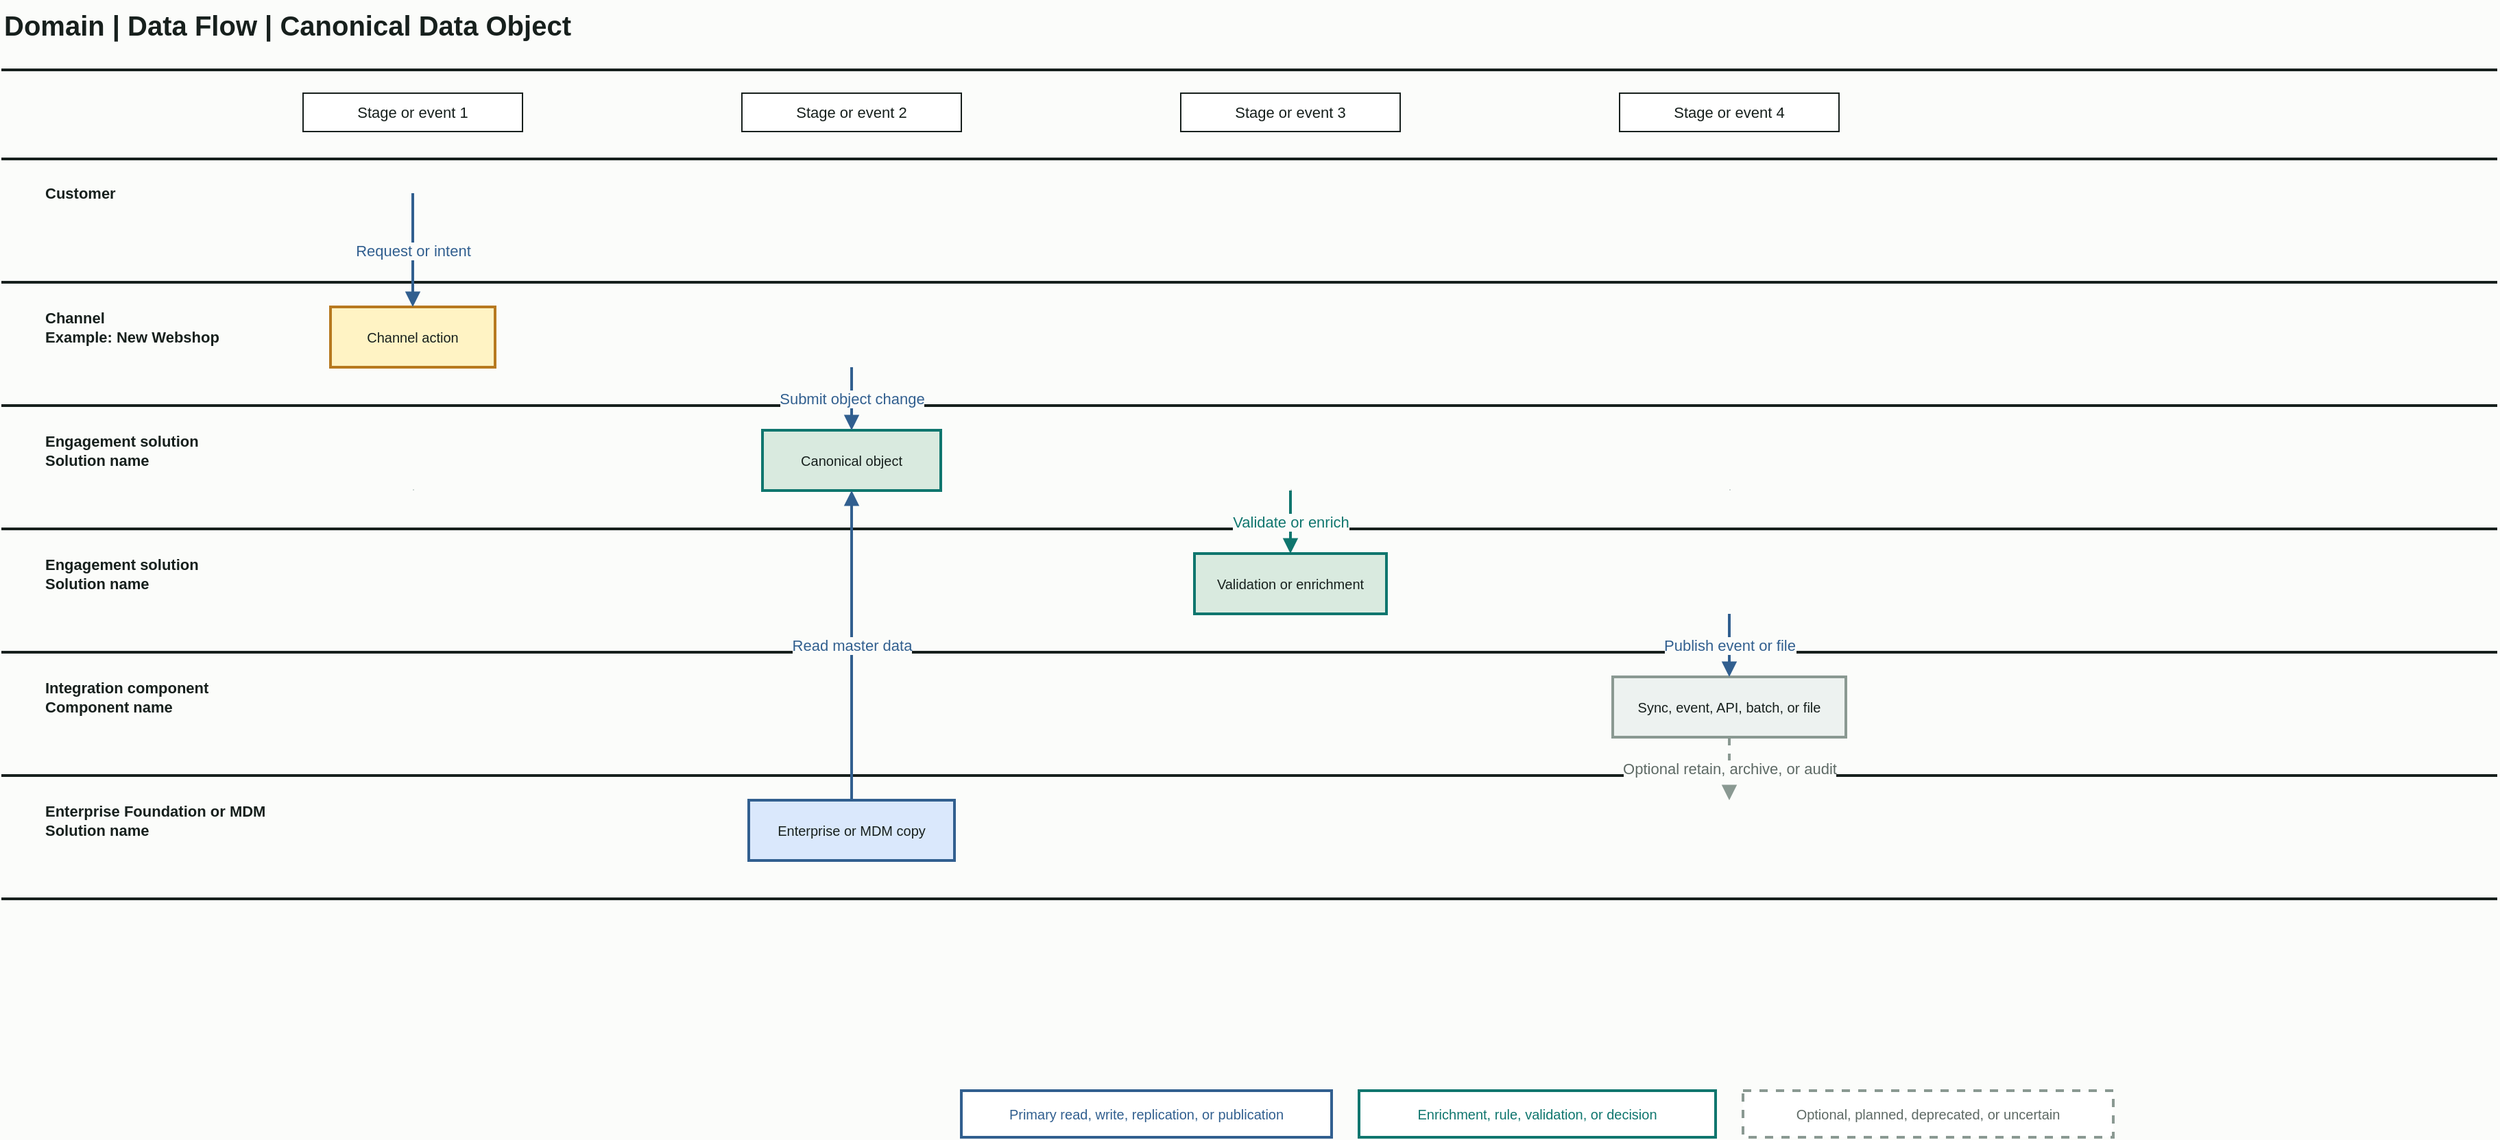
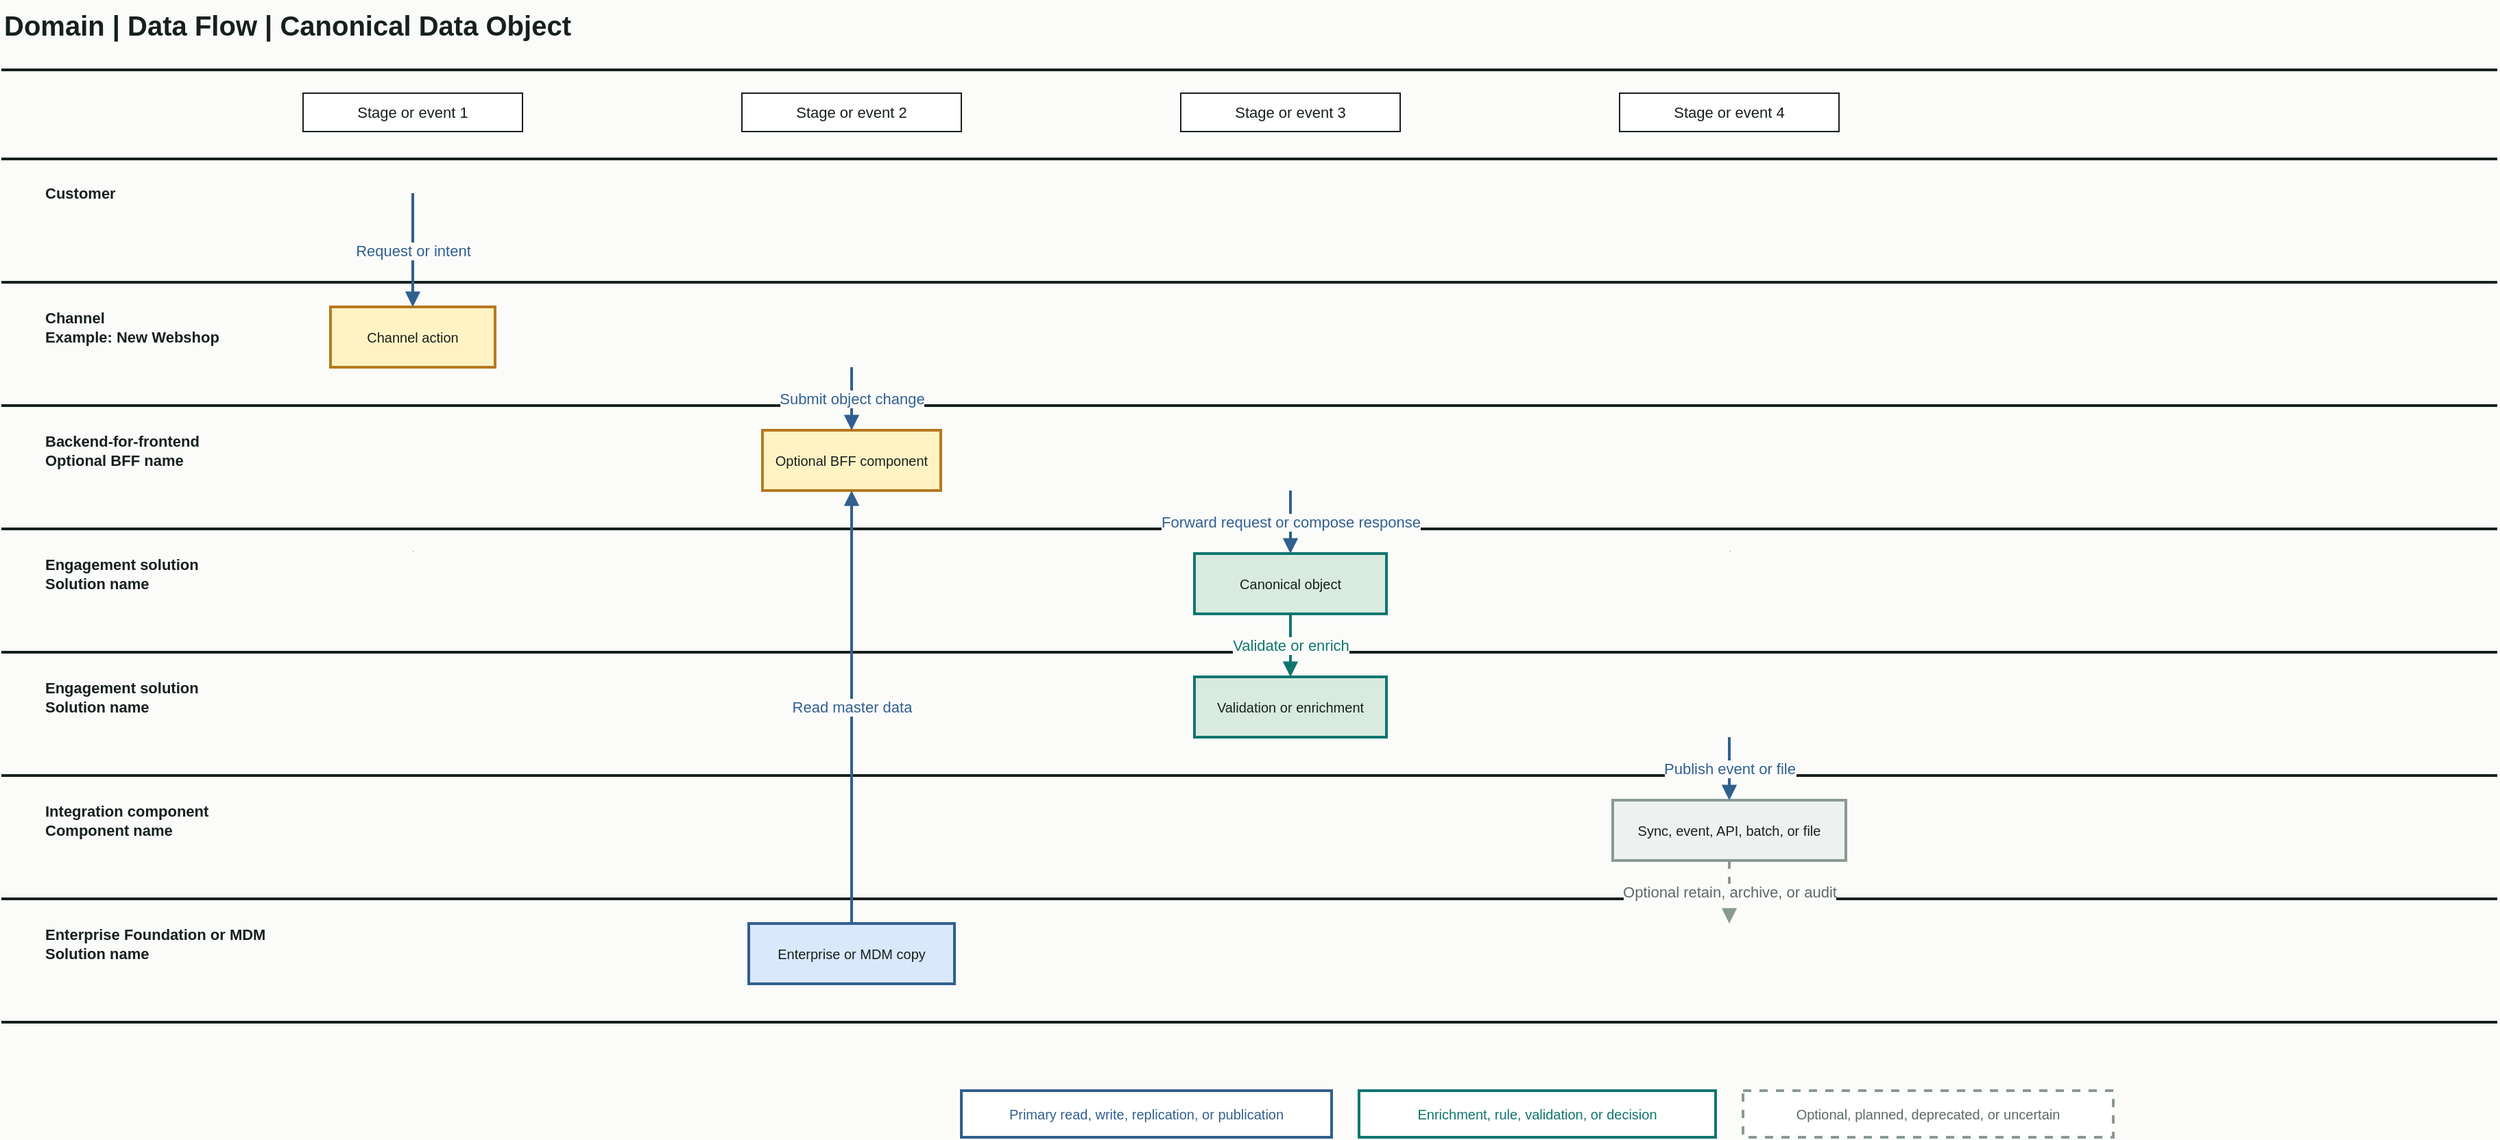
<mxfile host="app.diagrams.net" modified="2026-06-25T00:00:00.000Z" agent="AI Architecture Toolkit" version="24.7.17">
  <diagram id="data-flow" name="Data Flow">
-     <mxGraphModel dx="1900" dy="1000" grid="1" gridSize="10" guides="1" tooltips="1" connect="1" arrows="1" fold="1" page="1" pageScale="1" pageWidth="1900" pageHeight="1000" background="#fbfcfa" math="0" shadow="0">
+     <mxGraphModel dx="1900" dy="1100" grid="1" gridSize="10" guides="1" tooltips="1" connect="1" arrows="1" fold="1" page="1" pageScale="1" pageWidth="1900" pageHeight="1100" background="#fbfcfa" math="0" shadow="0">
      <root>
        <mxCell id="0" />
        <mxCell id="1" parent="0" />
        <mxCell id="title" value="Domain | Data Flow | Canonical Data Object" style="text;html=1;strokeColor=none;fillColor=none;align=left;verticalAlign=middle;fontStyle=1;fontSize=20;fontColor=#17201d;" vertex="1" parent="1">
          <mxGeometry x="40" y="24" width="760" height="36" as="geometry" />
        </mxCell>
        <mxCell id="top-rule" value="" style="shape=line;html=1;strokeColor=#17201d;strokeWidth=2;" vertex="1" parent="1">
          <mxGeometry x="40" y="70" width="1820" height="10" as="geometry" />
        </mxCell>
        <mxCell id="stage-1" value="Stage or event 1" style="rounded=0;whiteSpace=wrap;html=1;spacing=6;fillColor=#ffffff;strokeColor=#17201d;fontColor=#17201d;fontSize=11;" vertex="1" parent="1">
          <mxGeometry x="260" y="92" width="160" height="28" as="geometry" />
        </mxCell>
        <mxCell id="stage-2" value="Stage or event 2" style="rounded=0;whiteSpace=wrap;html=1;spacing=6;fillColor=#ffffff;strokeColor=#17201d;fontColor=#17201d;fontSize=11;" vertex="1" parent="1">
          <mxGeometry x="580" y="92" width="160" height="28" as="geometry" />
        </mxCell>
        <mxCell id="stage-3" value="Stage or event 3" style="rounded=0;whiteSpace=wrap;html=1;spacing=6;fillColor=#ffffff;strokeColor=#17201d;fontColor=#17201d;fontSize=11;" vertex="1" parent="1">
          <mxGeometry x="900" y="92" width="160" height="28" as="geometry" />
        </mxCell>
        <mxCell id="stage-4" value="Stage or event 4" style="rounded=0;whiteSpace=wrap;html=1;spacing=6;fillColor=#ffffff;strokeColor=#17201d;fontColor=#17201d;fontSize=11;" vertex="1" parent="1">
          <mxGeometry x="1220" y="92" width="160" height="28" as="geometry" />
        </mxCell>
        <mxCell id="lane-1-label" value="Customer" style="text;html=1;strokeColor=none;fillColor=none;align=left;verticalAlign=middle;fontStyle=1;fontSize=11;fontColor=#17201d;" vertex="1" parent="1">
          <mxGeometry x="70" y="150" width="180" height="30" as="geometry" />
        </mxCell>
        <mxCell id="lane-2-label" value="Channel&#xa;Example: New Webshop" style="text;html=1;strokeColor=none;fillColor=none;align=left;verticalAlign=middle;fontStyle=1;fontSize=11;fontColor=#17201d;" vertex="1" parent="1">
          <mxGeometry x="70" y="238" width="190" height="50" as="geometry" />
        </mxCell>
-         <mxCell id="lane-3-label" value="Engagement solution&#xa;Solution name" style="text;html=1;strokeColor=none;fillColor=none;align=left;verticalAlign=middle;fontStyle=1;fontSize=11;fontColor=#17201d;" vertex="1" parent="1">
+         <mxCell id="lane-3-label" value="Backend-for-frontend&#xa;Optional BFF name" style="text;html=1;strokeColor=none;fillColor=none;align=left;verticalAlign=middle;fontStyle=1;fontSize=11;fontColor=#17201d;" vertex="1" parent="1">
          <mxGeometry x="70" y="328" width="190" height="50" as="geometry" />
        </mxCell>
        <mxCell id="lane-4-label" value="Engagement solution&#xa;Solution name" style="text;html=1;strokeColor=none;fillColor=none;align=left;verticalAlign=middle;fontStyle=1;fontSize=11;fontColor=#17201d;" vertex="1" parent="1">
          <mxGeometry x="70" y="418" width="190" height="50" as="geometry" />
        </mxCell>
-         <mxCell id="lane-5-label" value="Integration component&#xa;Component name" style="text;html=1;strokeColor=none;fillColor=none;align=left;verticalAlign=middle;fontStyle=1;fontSize=11;fontColor=#17201d;" vertex="1" parent="1">
+         <mxCell id="lane-5-label" value="Engagement solution&#xa;Solution name" style="text;html=1;strokeColor=none;fillColor=none;align=left;verticalAlign=middle;fontStyle=1;fontSize=11;fontColor=#17201d;" vertex="1" parent="1">
          <mxGeometry x="70" y="508" width="190" height="50" as="geometry" />
        </mxCell>
-         <mxCell id="lane-6-label" value="Enterprise Foundation or MDM&#xa;Solution name" style="text;html=1;strokeColor=none;fillColor=none;align=left;verticalAlign=middle;fontStyle=1;fontSize=11;fontColor=#17201d;" vertex="1" parent="1">
+         <mxCell id="lane-6-label" value="Integration component&#xa;Component name" style="text;html=1;strokeColor=none;fillColor=none;align=left;verticalAlign=middle;fontStyle=1;fontSize=11;fontColor=#17201d;" vertex="1" parent="1">
          <mxGeometry x="70" y="598" width="210" height="50" as="geometry" />
+         </mxCell>
+         <mxCell id="lane-7-label" value="Enterprise Foundation or MDM&#xa;Solution name" style="text;html=1;strokeColor=none;fillColor=none;align=left;verticalAlign=middle;fontStyle=1;fontSize=11;fontColor=#17201d;" vertex="1" parent="1">
+           <mxGeometry x="70" y="688" width="210" height="50" as="geometry" />
        </mxCell>
        <mxCell id="lane-1-line" value="" style="shape=line;html=1;strokeColor=#17201d;strokeWidth=2;" vertex="1" parent="1">
          <mxGeometry x="40" y="135" width="1820" height="10" as="geometry" />
        </mxCell>
        <mxCell id="lane-2-line" value="" style="shape=line;html=1;strokeColor=#17201d;strokeWidth=2;" vertex="1" parent="1">
          <mxGeometry x="40" y="225" width="1820" height="10" as="geometry" />
        </mxCell>
        <mxCell id="lane-3-line" value="" style="shape=line;html=1;strokeColor=#17201d;strokeWidth=2;" vertex="1" parent="1">
          <mxGeometry x="40" y="315" width="1820" height="10" as="geometry" />
        </mxCell>
        <mxCell id="lane-4-line" value="" style="shape=line;html=1;strokeColor=#17201d;strokeWidth=2;" vertex="1" parent="1">
          <mxGeometry x="40" y="405" width="1820" height="10" as="geometry" />
        </mxCell>
        <mxCell id="lane-5-line" value="" style="shape=line;html=1;strokeColor=#17201d;strokeWidth=2;" vertex="1" parent="1">
          <mxGeometry x="40" y="495" width="1820" height="10" as="geometry" />
        </mxCell>
        <mxCell id="lane-6-line" value="" style="shape=line;html=1;strokeColor=#17201d;strokeWidth=2;" vertex="1" parent="1">
          <mxGeometry x="40" y="585" width="1820" height="10" as="geometry" />
        </mxCell>
-         <mxCell id="bottom-rule" value="" style="shape=line;html=1;strokeColor=#17201d;strokeWidth=2;" vertex="1" parent="1">
+         <mxCell id="lane-7-line" value="" style="shape=line;html=1;strokeColor=#17201d;strokeWidth=2;" vertex="1" parent="1">
          <mxGeometry x="40" y="675" width="1820" height="10" as="geometry" />
        </mxCell>
+         <mxCell id="bottom-rule" value="" style="shape=line;html=1;strokeColor=#17201d;strokeWidth=2;" vertex="1" parent="1">
+           <mxGeometry x="40" y="765" width="1820" height="10" as="geometry" />
+         </mxCell>
        <mxCell id="stage-guide-1" value="" style="shape=line;html=1;strokeColor=#cbd5d1;strokeWidth=1;" vertex="1" parent="1">
-           <mxGeometry x="340" y="88" width="1" height="587" as="geometry" />
+           <mxGeometry x="340" y="88" width="1" height="677" as="geometry" />
        </mxCell>
        <mxCell id="stage-guide-2" value="" style="shape=line;html=1;strokeColor=#cbd5d1;strokeWidth=1;" vertex="1" parent="1">
-           <mxGeometry x="660" y="88" width="1" height="587" as="geometry" />
+           <mxGeometry x="660" y="88" width="1" height="677" as="geometry" />
        </mxCell>
        <mxCell id="stage-guide-3" value="" style="shape=line;html=1;strokeColor=#cbd5d1;strokeWidth=1;" vertex="1" parent="1">
-           <mxGeometry x="980" y="88" width="1" height="587" as="geometry" />
+           <mxGeometry x="980" y="88" width="1" height="677" as="geometry" />
        </mxCell>
        <mxCell id="stage-guide-4" value="" style="shape=line;html=1;strokeColor=#cbd5d1;strokeWidth=1;" vertex="1" parent="1">
-           <mxGeometry x="1300" y="88" width="1" height="587" as="geometry" />
+           <mxGeometry x="1300" y="88" width="1" height="677" as="geometry" />
        </mxCell>
        <mxCell id="channel-action" value="Channel action" style="rounded=0;whiteSpace=wrap;html=1;spacing=4;fillColor=#fff3c4;strokeColor=#b7791f;fontColor=#17201d;fontSize=10;strokeWidth=2;" vertex="1" parent="1">
          <mxGeometry x="280" y="248" width="120" height="44" as="geometry" />
        </mxCell>
-         <mxCell id="engagement-object" value="Canonical object" style="rounded=0;whiteSpace=wrap;html=1;spacing=4;fillColor=#d9eadf;strokeColor=#0f766e;fontColor=#17201d;fontSize=10;strokeWidth=2;" vertex="1" parent="1">
+         <mxCell id="bff-component" value="Optional BFF component" style="rounded=0;whiteSpace=wrap;html=1;spacing=4;fillColor=#fff3c4;strokeColor=#b7791f;fontColor=#17201d;fontSize=10;strokeWidth=2;" vertex="1" parent="1">
          <mxGeometry x="595" y="338" width="130" height="44" as="geometry" />
        </mxCell>
-         <mxCell id="engagement-enrichment" value="Validation or enrichment" style="rounded=0;whiteSpace=wrap;html=1;spacing=4;fillColor=#d9eadf;strokeColor=#0f766e;fontColor=#17201d;fontSize=10;strokeWidth=2;" vertex="1" parent="1">
+         <mxCell id="engagement-object" value="Canonical object" style="rounded=0;whiteSpace=wrap;html=1;spacing=4;fillColor=#d9eadf;strokeColor=#0f766e;fontColor=#17201d;fontSize=10;strokeWidth=2;" vertex="1" parent="1">
          <mxGeometry x="910" y="428" width="140" height="44" as="geometry" />
        </mxCell>
+         <mxCell id="engagement-enrichment" value="Validation or enrichment" style="rounded=0;whiteSpace=wrap;html=1;spacing=4;fillColor=#d9eadf;strokeColor=#0f766e;fontColor=#17201d;fontSize=10;strokeWidth=2;" vertex="1" parent="1">
+           <mxGeometry x="910" y="518" width="140" height="44" as="geometry" />
+         </mxCell>
        <mxCell id="integration-component" value="Sync, event, API, batch, or file" style="rounded=0;whiteSpace=wrap;html=1;spacing=4;fillColor=#edf2f0;strokeColor=#8a9992;fontColor=#17201d;fontSize=10;strokeWidth=2;" vertex="1" parent="1">
-           <mxGeometry x="1215" y="518" width="170" height="44" as="geometry" />
+           <mxGeometry x="1215" y="608" width="170" height="44" as="geometry" />
        </mxCell>
        <mxCell id="enterprise-store" value="Enterprise or MDM copy" style="rounded=0;whiteSpace=wrap;html=1;spacing=4;fillColor=#dae8fc;strokeColor=#315f8f;fontColor=#17201d;fontSize=10;strokeWidth=2;" vertex="1" parent="1">
-           <mxGeometry x="585" y="608" width="150" height="44" as="geometry" />
+           <mxGeometry x="585" y="698" width="150" height="44" as="geometry" />
        </mxCell>
        <mxCell id="customer-channel-flow" value="Request or intent" style="edgeStyle=orthogonalEdgeStyle;rounded=0;orthogonalLoop=1;jettySize=auto;html=1;endArrow=block;strokeColor=#315f8f;fontColor=#315f8f;labelBackgroundColor=#fbfcfa;labelBorderColor=none;strokeWidth=2;" edge="1" parent="1">
          <mxGeometry relative="1" as="geometry">
            <mxPoint x="340" y="165" as="sourcePoint" />
            <mxPoint x="340" y="248" as="targetPoint" />
          </mxGeometry>
        </mxCell>
        <mxCell id="channel-engagement-flow" value="Submit object change" style="edgeStyle=orthogonalEdgeStyle;rounded=0;orthogonalLoop=1;jettySize=auto;html=1;endArrow=block;strokeColor=#315f8f;fontColor=#315f8f;labelBackgroundColor=#fbfcfa;labelBorderColor=none;strokeWidth=2;" edge="1" parent="1">
          <mxGeometry relative="1" as="geometry">
            <mxPoint x="660" y="292" as="sourcePoint" />
            <mxPoint x="660" y="338" as="targetPoint" />
          </mxGeometry>
        </mxCell>
+         <mxCell id="bff-engagement-flow" value="Forward request or compose response" style="edgeStyle=orthogonalEdgeStyle;rounded=0;orthogonalLoop=1;jettySize=auto;html=1;endArrow=block;strokeColor=#315f8f;fontColor=#315f8f;labelBackgroundColor=#fbfcfa;labelBorderColor=none;strokeWidth=2;" edge="1" parent="1">
+           <mxGeometry relative="1" as="geometry">
+             <mxPoint x="980" y="382" as="sourcePoint" />
+             <mxPoint x="980" y="428" as="targetPoint" />
+           </mxGeometry>
+         </mxCell>
        <mxCell id="enterprise-read-flow" value="Read master data" style="edgeStyle=orthogonalEdgeStyle;rounded=0;orthogonalLoop=1;jettySize=auto;html=1;endArrow=block;strokeColor=#315f8f;fontColor=#315f8f;labelBackgroundColor=#fbfcfa;labelBorderColor=none;strokeWidth=2;" edge="1" parent="1">
          <mxGeometry relative="1" as="geometry">
-             <mxPoint x="660" y="608" as="sourcePoint" />
+             <mxPoint x="660" y="698" as="sourcePoint" />
            <mxPoint x="660" y="382" as="targetPoint" />
          </mxGeometry>
        </mxCell>
        <mxCell id="enrichment-flow" value="Validate or enrich" style="edgeStyle=orthogonalEdgeStyle;rounded=0;orthogonalLoop=1;jettySize=auto;html=1;endArrow=block;strokeColor=#0f766e;fontColor=#0f766e;labelBackgroundColor=#fbfcfa;labelBorderColor=none;strokeWidth=2;" edge="1" parent="1">
          <mxGeometry relative="1" as="geometry">
-             <mxPoint x="980" y="382" as="sourcePoint" />
-             <mxPoint x="980" y="428" as="targetPoint" />
+             <mxPoint x="980" y="472" as="sourcePoint" />
+             <mxPoint x="980" y="518" as="targetPoint" />
          </mxGeometry>
        </mxCell>
        <mxCell id="publish-flow" value="Publish event or file" style="edgeStyle=orthogonalEdgeStyle;rounded=0;orthogonalLoop=1;jettySize=auto;html=1;endArrow=block;strokeColor=#315f8f;fontColor=#315f8f;labelBackgroundColor=#fbfcfa;labelBorderColor=none;strokeWidth=2;" edge="1" parent="1">
          <mxGeometry relative="1" as="geometry">
-             <mxPoint x="1300" y="472" as="sourcePoint" />
-             <mxPoint x="1300" y="518" as="targetPoint" />
+             <mxPoint x="1300" y="562" as="sourcePoint" />
+             <mxPoint x="1300" y="608" as="targetPoint" />
          </mxGeometry>
        </mxCell>
        <mxCell id="optional-retention-flow" value="Optional retain, archive, or audit" style="edgeStyle=orthogonalEdgeStyle;rounded=0;orthogonalLoop=1;jettySize=auto;html=1;endArrow=block;strokeColor=#8a9992;fontColor=#5d6964;labelBackgroundColor=#fbfcfa;labelBorderColor=none;strokeWidth=2;dashed=1;" edge="1" parent="1">
          <mxGeometry relative="1" as="geometry">
-             <mxPoint x="1300" y="562" as="sourcePoint" />
-             <mxPoint x="1300" y="608" as="targetPoint" />
+             <mxPoint x="1300" y="652" as="sourcePoint" />
+             <mxPoint x="1300" y="698" as="targetPoint" />
          </mxGeometry>
        </mxCell>
        <mxCell id="legend-primary" value="Primary read, write, replication, or publication" style="rounded=0;whiteSpace=wrap;html=1;spacing=6;fillColor=#ffffff;strokeColor=#315f8f;fontColor=#315f8f;fontSize=10;strokeWidth=2;" vertex="1" parent="1">
          <mxGeometry x="740" y="820" width="270" height="34" as="geometry" />
        </mxCell>
        <mxCell id="legend-enrichment" value="Enrichment, rule, validation, or decision" style="rounded=0;whiteSpace=wrap;html=1;spacing=6;fillColor=#ffffff;strokeColor=#0f766e;fontColor=#0f766e;fontSize=10;strokeWidth=2;" vertex="1" parent="1">
          <mxGeometry x="1030" y="820" width="260" height="34" as="geometry" />
        </mxCell>
        <mxCell id="legend-optional" value="Optional, planned, deprecated, or uncertain" style="rounded=0;whiteSpace=wrap;html=1;spacing=6;fillColor=#ffffff;strokeColor=#8a9992;fontColor=#5d6964;fontSize=10;strokeWidth=2;dashed=1;" vertex="1" parent="1">
          <mxGeometry x="1310" y="820" width="270" height="34" as="geometry" />
        </mxCell>
      </root>
    </mxGraphModel>
  </diagram>
</mxfile>
